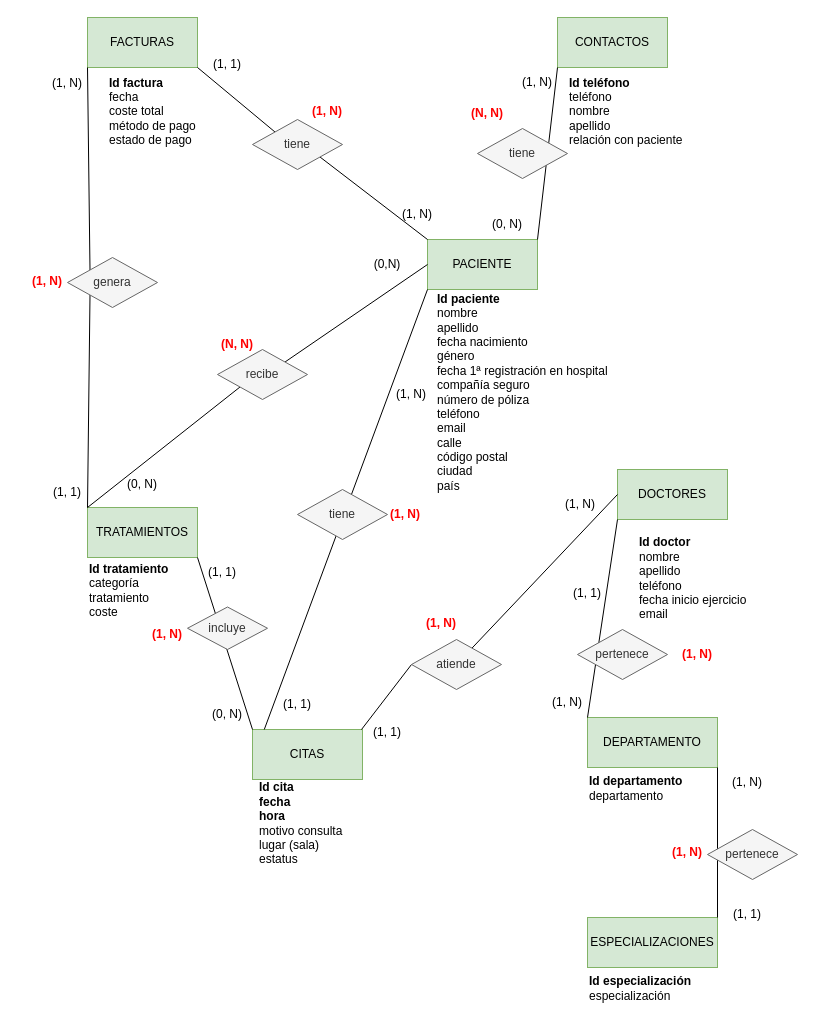
Before: Proyecto/Hospital management.drawio in mocihu-source/CIFO-laVioleta-SQL-BBDD, a draw.io diagram. Source tidied: cells renumbered, new cells numbered last; positions are measured from the earlier drawing's top-left corner, leaving out a move shared by most shapes. Both pictures are drawn from the tidied source at 100%, with x=0, y=0 at pixel (17, 17).
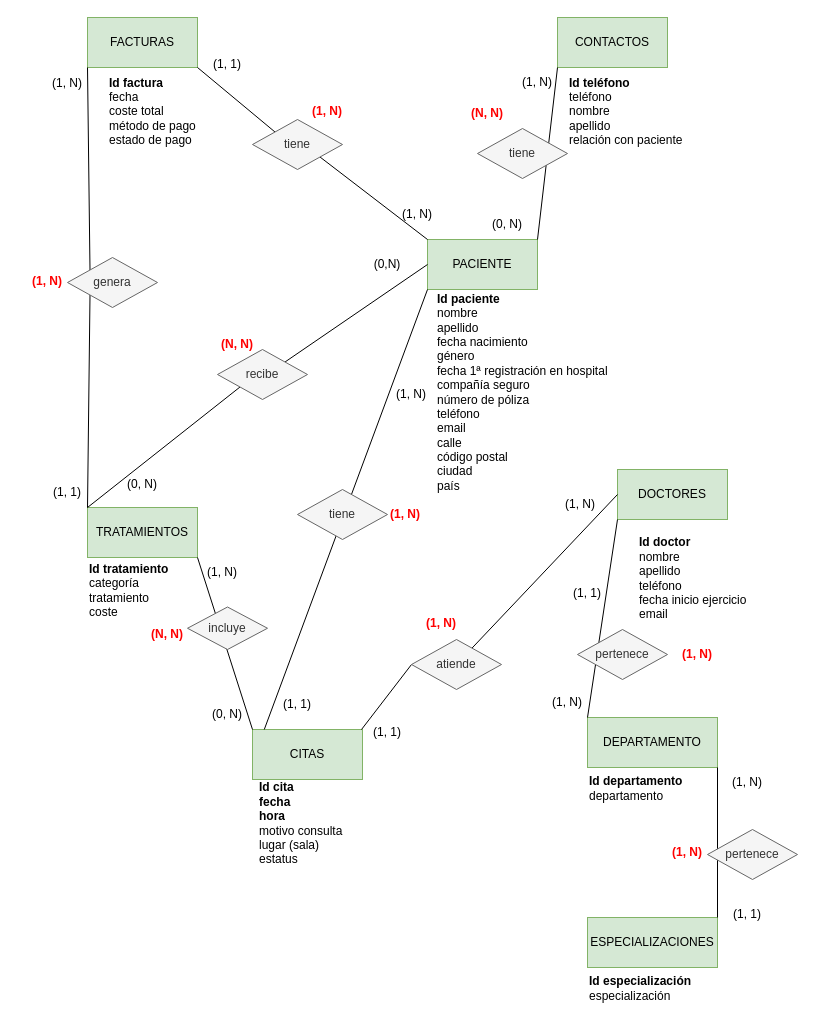
After the change.

Commit message:
definitvo con cardinalidades

Change to the diagram source:
```diff
@@
-    <mxCell id="57" value="(1, 1)" style="text;html=1;whiteSpace=wrap;strokeColor=none;fillColor=none;align=center;verticalAlign=middle;rounded=0;" parent="1" vertex="1">
+    <mxCell id="57" value="(1, N)" style="text;html=1;whiteSpace=wrap;strokeColor=none;fillColor=none;align=center;verticalAlign=middle;rounded=0;" parent="1" vertex="1">
       <mxGeometry x="175" y="540" width="60" height="30" as="geometry" />
     </mxCell>
-    <mxCell id="58" value="&lt;b&gt;(1, N)&lt;/b&gt;" style="text;html=1;whiteSpace=wrap;strokeColor=none;fillColor=none;align=center;verticalAlign=middle;rounded=0;fontColor=#FF0000;" parent="1" vertex="1">
+    <mxCell id="58" value="&lt;b&gt;(N, N)&lt;/b&gt;" style="text;html=1;whiteSpace=wrap;strokeColor=none;fillColor=none;align=center;verticalAlign=middle;rounded=0;fontColor=#FF0000;" parent="1" vertex="1">
       <mxGeometry x="120" y="602" width="60" height="30" as="geometry" />
     </mxCell>
```
